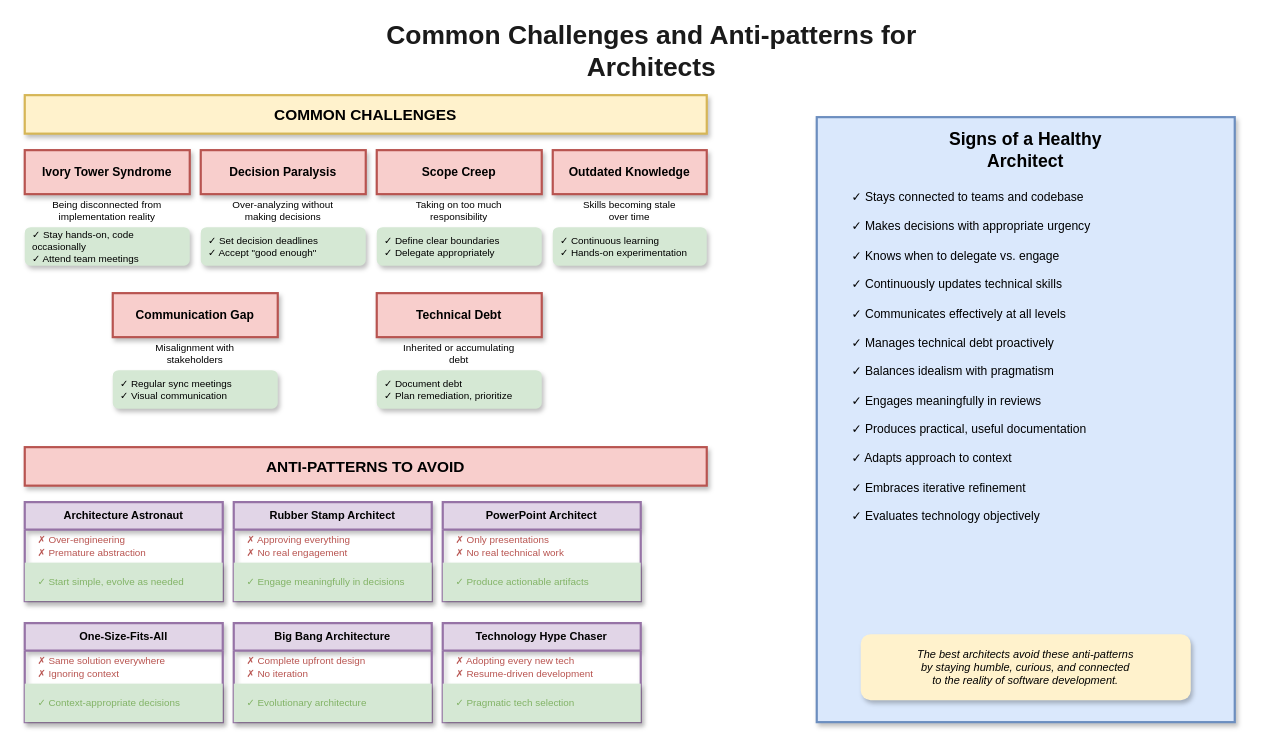
Before: lesson-00-software-architect-overview/03-common-challenges/3.1-challenges-antipatterns.drawio in MrParkerZ7/document-lesson-software-architect-x-claude, a draw.io diagram. Source tidied: cells renumbered, new cells numbered last; positions are measured from the earlier drawing's top-left corner, leaving out a move shared by most shapes. Both pictures are drawn from the tidied source at 110%, with x=0, y=0 at pixel (24, 29).
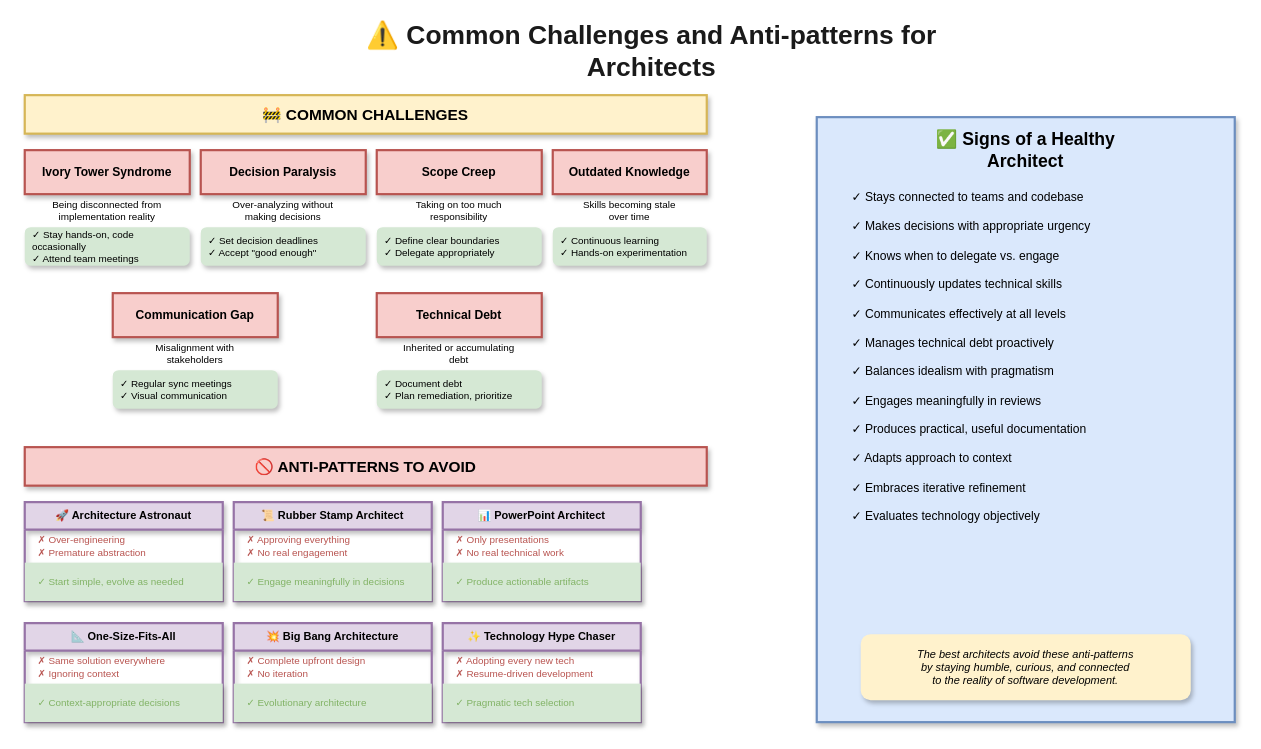
After the change.

What changed in the source:
```diff
@@
-    <mxCell id="2" value="Common Challenges and Anti-patterns for Architects" style="text;html=1;strokeColor=none;fillColor=none;align=center;verticalAlign=middle;whiteSpace=wrap;rounded=0;fontSize=24;fontStyle=1;fontColor=#1a1a1a;" parent="1" vertex="1">
+    <mxCell id="2" value="⚠️ Common Challenges and Anti-patterns for Architects" style="text;html=1;strokeColor=none;fillColor=none;align=center;verticalAlign=middle;whiteSpace=wrap;rounded=0;fontSize=24;fontStyle=1;fontColor=#1a1a1a;" parent="1" vertex="1">
       <mxGeometry x="270" width="600" height="40" as="geometry" />
     </mxCell>
-    <mxCell id="3" value="COMMON CHALLENGES" style="rounded=0;whiteSpace=wrap;html=1;fillColor=#fff2cc;strokeColor=#d6b656;fontSize=14;fontStyle=1;shadow=1;strokeWidth=2;" parent="1" vertex="1">
+    <mxCell id="3" value="🚧 COMMON CHALLENGES" style="rounded=0;whiteSpace=wrap;html=1;fillColor=#fff2cc;strokeColor=#d6b656;fontSize=14;fontStyle=1;shadow=1;strokeWidth=2;" parent="1" vertex="1">
       <mxGeometry y="60" width="620" height="35" as="geometry" />
     </mxCell>
@@
-    <mxCell id="22" value="ANTI-PATTERNS TO AVOID" style="rounded=0;whiteSpace=wrap;html=1;fillColor=#f8cecc;strokeColor=#b85450;fontSize=14;fontStyle=1;shadow=1;strokeWidth=2;" parent="1" vertex="1">
+    <mxCell id="22" value="🚫 ANTI-PATTERNS TO AVOID" style="rounded=0;whiteSpace=wrap;html=1;fillColor=#f8cecc;strokeColor=#b85450;fontSize=14;fontStyle=1;shadow=1;strokeWidth=2;" parent="1" vertex="1">
       <mxGeometry y="380" width="620" height="35" as="geometry" />
     </mxCell>
-    <mxCell id="23" value="Architecture Astronaut" style="swimlane;fontStyle=1;align=center;verticalAlign=top;horizontal=1;startSize=25;fillColor=#e1d5e7;strokeColor=#9673a6;fontSize=10;shadow=1;strokeWidth=2;rounded=0;" parent="1" vertex="1">
+    <mxCell id="23" value="🚀 Architecture Astronaut" style="swimlane;fontStyle=1;align=center;verticalAlign=top;horizontal=1;startSize=25;fillColor=#e1d5e7;strokeColor=#9673a6;fontSize=10;shadow=1;strokeWidth=2;rounded=0;" parent="1" vertex="1">
       <mxGeometry y="430" width="180" height="90" as="geometry" />
     </mxCell>
@@
-    <mxCell id="26" value="Rubber Stamp Architect" style="swimlane;fontStyle=1;align=center;verticalAlign=top;horizontal=1;startSize=25;fillColor=#e1d5e7;strokeColor=#9673a6;fontSize=10;shadow=1;strokeWidth=2;rounded=0;" parent="1" vertex="1">
+    <mxCell id="26" value="📜 Rubber Stamp Architect" style="swimlane;fontStyle=1;align=center;verticalAlign=top;horizontal=1;startSize=25;fillColor=#e1d5e7;strokeColor=#9673a6;fontSize=10;shadow=1;strokeWidth=2;rounded=0;" parent="1" vertex="1">
       <mxGeometry x="190" y="430" width="180" height="90" as="geometry" />
     </mxCell>
@@
-    <mxCell id="29" value="PowerPoint Architect" style="swimlane;fontStyle=1;align=center;verticalAlign=top;horizontal=1;startSize=25;fillColor=#e1d5e7;strokeColor=#9673a6;fontSize=10;shadow=1;strokeWidth=2;rounded=0;" parent="1" vertex="1">
+    <mxCell id="29" value="📊 PowerPoint Architect" style="swimlane;fontStyle=1;align=center;verticalAlign=top;horizontal=1;startSize=25;fillColor=#e1d5e7;strokeColor=#9673a6;fontSize=10;shadow=1;strokeWidth=2;rounded=0;" parent="1" vertex="1">
       <mxGeometry x="380" y="430" width="180" height="90" as="geometry" />
     </mxCell>
@@
-    <mxCell id="32" value="One-Size-Fits-All" style="swimlane;fontStyle=1;align=center;verticalAlign=top;horizontal=1;startSize=25;fillColor=#e1d5e7;strokeColor=#9673a6;fontSize=10;shadow=1;strokeWidth=2;rounded=0;" parent="1" vertex="1">
+    <mxCell id="32" value="📐 One-Size-Fits-All" style="swimlane;fontStyle=1;align=center;verticalAlign=top;horizontal=1;startSize=25;fillColor=#e1d5e7;strokeColor=#9673a6;fontSize=10;shadow=1;strokeWidth=2;rounded=0;" parent="1" vertex="1">
       <mxGeometry y="540" width="180" height="90" as="geometry" />
     </mxCell>
@@
-    <mxCell id="35" value="Big Bang Architecture" style="swimlane;fontStyle=1;align=center;verticalAlign=top;horizontal=1;startSize=25;fillColor=#e1d5e7;strokeColor=#9673a6;fontSize=10;shadow=1;strokeWidth=2;rounded=0;" parent="1" vertex="1">
+    <mxCell id="35" value="💥 Big Bang Architecture" style="swimlane;fontStyle=1;align=center;verticalAlign=top;horizontal=1;startSize=25;fillColor=#e1d5e7;strokeColor=#9673a6;fontSize=10;shadow=1;strokeWidth=2;rounded=0;" parent="1" vertex="1">
       <mxGeometry x="190" y="540" width="180" height="90" as="geometry" />
     </mxCell>
@@
-    <mxCell id="38" value="Technology Hype Chaser" style="swimlane;fontStyle=1;align=center;verticalAlign=top;horizontal=1;startSize=25;fillColor=#e1d5e7;strokeColor=#9673a6;fontSize=10;shadow=1;strokeWidth=2;rounded=0;" parent="1" vertex="1">
+    <mxCell id="38" value="✨ Technology Hype Chaser" style="swimlane;fontStyle=1;align=center;verticalAlign=top;horizontal=1;startSize=25;fillColor=#e1d5e7;strokeColor=#9673a6;fontSize=10;shadow=1;strokeWidth=2;rounded=0;" parent="1" vertex="1">
       <mxGeometry x="380" y="540" width="180" height="90" as="geometry" />
     </mxCell>
@@
-    <mxCell id="42" value="Signs of a Healthy Architect" style="text;html=1;strokeColor=none;fillColor=none;align=center;verticalAlign=middle;whiteSpace=wrap;rounded=0;fontSize=16;fontStyle=1;" parent="1" vertex="1">
+    <mxCell id="42" value="✅ Signs of a Healthy Architect" style="text;html=1;strokeColor=none;fillColor=none;align=center;verticalAlign=middle;whiteSpace=wrap;rounded=0;fontSize=16;fontStyle=1;" parent="1" vertex="1">
       <mxGeometry x="810" y="95" width="200" height="30" as="geometry" />
     </mxCell>
```
